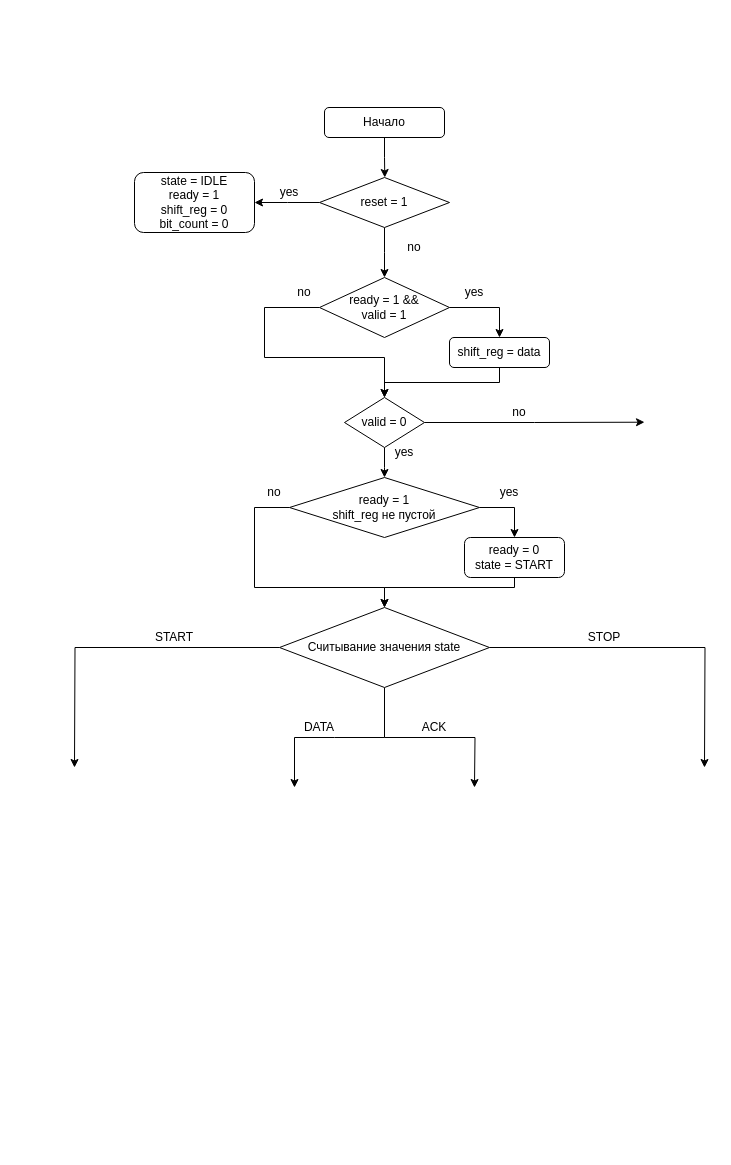
Earlier version of the draw.io diagram Диаграмма без названия.drawio (IghorTatar/preparing-of-USE). Source tidied: cells renumbered, new cells numbered last; positions are measured from the earlier drawing's top-left corner, leaving out a move shared by most shapes. Both pictures are drawn from the tidied source at 100%, with x=0, y=0 at pixel (74, 107).
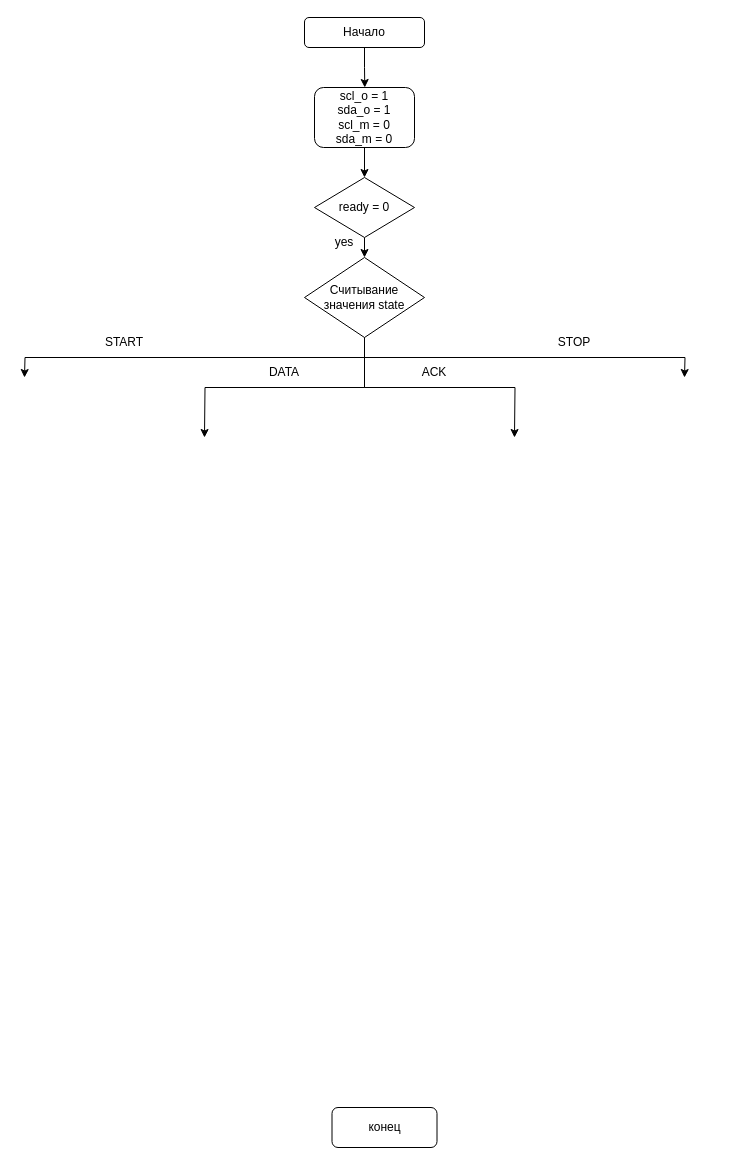
Above is the later version.

Diff of the diagram source:
```diff
@@
     <mxCell id="2" style="edgeStyle=orthogonalEdgeStyle;rounded=0;jettySize=auto;html=1;exitX=0.5;exitY=1;exitDx=0;exitDy=0;" parent="1" edge="1" source="3">
       <mxGeometry relative="1" as="geometry">
-        <mxPoint x="310.3" y="70" as="targetPoint" />
+        <mxPoint x="290.3" y="-20" as="targetPoint" />
       </mxGeometry>
     </mxCell>
     <mxCell id="3" value="Начало" style="rounded=1;whiteSpace=wrap;html=1;" parent="1" vertex="1">
-      <mxGeometry x="250" width="120" height="30" as="geometry" />
+      <mxGeometry x="230" y="-90" width="120" height="30" as="geometry" />
     </mxCell>
-    <mxCell id="4" style="edgeStyle=orthogonalEdgeStyle;rounded=0;jettySize=auto;html=1;" parent="1" edge="1" source="6">
-      <mxGeometry relative="1" as="geometry">
-        <mxPoint x="180" y="95" as="targetPoint" />
-      </mxGeometry>
-    </mxCell>
-    <mxCell id="5" style="edgeStyle=orthogonalEdgeStyle;rounded=0;jettySize=auto;html=1;" parent="1" edge="1" source="6">
-      <mxGeometry relative="1" as="geometry">
-        <mxPoint x="310" y="170" as="targetPoint" />
-      </mxGeometry>
-    </mxCell>
-    <mxCell id="6" value="reset = 1" style="rhombus;whiteSpace=wrap;html=1;" parent="1" vertex="1">
-      <mxGeometry x="245" y="70" width="130" height="50" as="geometry" />
-    </mxCell>
-    <mxCell id="7" value="&lt;div&gt;state = IDLE&lt;/div&gt;&lt;div&gt;ready = 1&lt;/div&gt;&lt;div&gt;shift_reg = 0&lt;/div&gt;&lt;div&gt;bit_count = 0&lt;/div&gt;" style="rounded=1;whiteSpace=wrap;html=1;" parent="1" vertex="1">
-      <mxGeometry x="60" y="65" width="120" height="60" as="geometry" />
-    </mxCell>
-    <mxCell id="8" value="yes" style="text;html=1;align=center;verticalAlign=middle;whiteSpace=wrap;rounded=0;" parent="1" vertex="1">
-      <mxGeometry x="185" y="70" width="60" height="30" as="geometry" />
-    </mxCell>
-    <mxCell id="9" value="no" style="text;html=1;align=center;verticalAlign=middle;whiteSpace=wrap;rounded=0;" parent="1" vertex="1">
-      <mxGeometry x="310" y="125" width="60" height="30" as="geometry" />
-    </mxCell>
-    <mxCell id="10" style="edgeStyle=orthogonalEdgeStyle;rounded=0;jettySize=auto;html=1;entryX=0.5;entryY=0;entryDx=0;entryDy=0;exitX=0;exitY=0.5;exitDx=0;exitDy=0;" parent="1" edge="1" source="12" target="17">
-      <mxGeometry relative="1" as="geometry">
-        <Array as="points">
-          <mxPoint x="190" y="200" />
-          <mxPoint x="190" y="250" />
-          <mxPoint x="310" y="250" />
-        </Array>
-      </mxGeometry>
-    </mxCell>
-    <mxCell id="11" style="edgeStyle=orthogonalEdgeStyle;rounded=0;jettySize=auto;html=1;exitX=1;exitY=0.5;exitDx=0;exitDy=0;entryX=0.5;entryY=0;entryDx=0;entryDy=0;" parent="1" edge="1" source="12" target="14">
-      <mxGeometry relative="1" as="geometry">
-        <Array as="points">
-          <mxPoint x="425" y="200" />
-        </Array>
-      </mxGeometry>
-    </mxCell>
-    <mxCell id="12" value="ready = 1 &amp;amp;&amp;amp;&lt;div&gt;valid = 1&lt;/div&gt;" style="rhombus;whiteSpace=wrap;html=1;" parent="1" vertex="1">
-      <mxGeometry x="245" y="170" width="130" height="60" as="geometry" />
-    </mxCell>
-    <mxCell id="13" style="edgeStyle=orthogonalEdgeStyle;rounded=0;jettySize=auto;html=1;entryX=0.5;entryY=0;entryDx=0;entryDy=0;exitX=0.5;exitY=1;exitDx=0;exitDy=0;" parent="1" edge="1" source="14" target="17">
-      <mxGeometry relative="1" as="geometry">
-        <Array as="points">
-          <mxPoint x="425" y="275" />
-          <mxPoint x="310" y="275" />
-        </Array>
-      </mxGeometry>
-    </mxCell>
-    <mxCell id="14" value="shift_reg = data" style="rounded=1;whiteSpace=wrap;html=1;" parent="1" vertex="1">
-      <mxGeometry x="375" y="230" width="100" height="30" as="geometry" />
-    </mxCell>
-    <mxCell id="15" style="edgeStyle=orthogonalEdgeStyle;rounded=0;jettySize=auto;html=1;" parent="1" edge="1" source="17">
-      <mxGeometry relative="1" as="geometry">
-        <mxPoint x="310" y="370" as="targetPoint" />
-      </mxGeometry>
-    </mxCell>
-    <mxCell id="16" style="edgeStyle=orthogonalEdgeStyle;rounded=0;jettySize=auto;html=1;exitX=1;exitY=0.5;exitDx=0;exitDy=0;" parent="1" edge="1" source="17">
-      <mxGeometry relative="1" as="geometry">
-        <mxPoint x="570" y="314.7" as="targetPoint" />
-      </mxGeometry>
-    </mxCell>
-    <mxCell id="17" value="valid = 0" style="rhombus;whiteSpace=wrap;html=1;" parent="1" vertex="1">
-      <mxGeometry x="270" y="290" width="80" height="50" as="geometry" />
-    </mxCell>
-    <mxCell id="18" value="yes" style="text;html=1;align=center;verticalAlign=middle;whiteSpace=wrap;rounded=0;" parent="1" vertex="1">
-      <mxGeometry x="370" y="170" width="60" height="30" as="geometry" />
-    </mxCell>
-    <mxCell id="19" value="no" style="text;html=1;align=center;verticalAlign=middle;whiteSpace=wrap;rounded=0;" parent="1" vertex="1">
-      <mxGeometry x="200" y="170" width="60" height="30" as="geometry" />
-    </mxCell>
-    <mxCell id="20" style="edgeStyle=orthogonalEdgeStyle;rounded=0;jettySize=auto;html=1;exitX=1;exitY=0.5;exitDx=0;exitDy=0;entryX=0.5;entryY=0;entryDx=0;entryDy=0;" parent="1" edge="1" source="22" target="26">
-      <mxGeometry relative="1" as="geometry" />
-    </mxCell>
-    <mxCell id="21" style="edgeStyle=orthogonalEdgeStyle;rounded=0;jettySize=auto;html=1;exitX=0;exitY=0.5;exitDx=0;exitDy=0;entryX=0.5;entryY=0;entryDx=0;entryDy=0;" parent="1" edge="1" source="22" target="30">
-      <mxGeometry relative="1" as="geometry">
-        <Array as="points">
-          <mxPoint x="180" y="400" />
-          <mxPoint x="180" y="480" />
-          <mxPoint x="310" y="480" />
-        </Array>
-      </mxGeometry>
-    </mxCell>
-    <mxCell id="22" value="ready = 1&lt;div&gt;shift_reg не пустой&lt;/div&gt;" style="rhombus;whiteSpace=wrap;html=1;" parent="1" vertex="1">
-      <mxGeometry x="215" y="370" width="190" height="60" as="geometry" />
-    </mxCell>
-    <mxCell id="23" value="yes" style="text;html=1;align=center;verticalAlign=middle;whiteSpace=wrap;rounded=0;" parent="1" vertex="1">
-      <mxGeometry x="300" y="330" width="60" height="30" as="geometry" />
-    </mxCell>
-    <mxCell id="24" value="no" style="text;html=1;align=center;verticalAlign=middle;whiteSpace=wrap;rounded=0;" parent="1" vertex="1">
-      <mxGeometry x="415" y="290" width="60" height="30" as="geometry" />
-    </mxCell>
-    <mxCell id="25" style="edgeStyle=orthogonalEdgeStyle;rounded=0;jettySize=auto;html=1;exitX=0.5;exitY=1;exitDx=0;exitDy=0;entryX=0.5;entryY=0;entryDx=0;entryDy=0;" parent="1" edge="1" source="26" target="30">
-      <mxGeometry relative="1" as="geometry">
-        <Array as="points">
-          <mxPoint x="440" y="480" />
-          <mxPoint x="310" y="480" />
-        </Array>
-      </mxGeometry>
-    </mxCell>
-    <mxCell id="26" value="ready = 0&lt;div&gt;state = START&lt;/div&gt;" style="rounded=1;whiteSpace=wrap;html=1;" parent="1" vertex="1">
-      <mxGeometry x="390" y="430" width="100" height="40" as="geometry" />
-    </mxCell>
-    <mxCell id="27" style="edgeStyle=orthogonalEdgeStyle;rounded=0;jettySize=auto;html=1;exitX=0;exitY=0.5;exitDx=0;exitDy=0;" parent="1" edge="1" source="30">
-      <mxGeometry relative="1" as="geometry">
-        <mxPoint y="660" as="targetPoint" />
-      </mxGeometry>
-    </mxCell>
-    <mxCell id="28" style="edgeStyle=orthogonalEdgeStyle;rounded=0;jettySize=auto;html=1;exitX=1;exitY=0.5;exitDx=0;exitDy=0;" parent="1" edge="1" source="30">
-      <mxGeometry relative="1" as="geometry">
-        <mxPoint x="630" y="660" as="targetPoint" />
-      </mxGeometry>
-    </mxCell>
-    <mxCell id="29" style="edgeStyle=orthogonalEdgeStyle;rounded=0;jettySize=auto;html=1;exitX=0.5;exitY=1;exitDx=0;exitDy=0;" parent="1" edge="1" source="30">
-      <mxGeometry relative="1" as="geometry">
-        <mxPoint x="400" y="680" as="targetPoint" />
-      </mxGeometry>
-    </mxCell>
+    <mxCell id="38" value="конец" style="rounded=1;whiteSpace=wrap;html=1;" parent="1" vertex="1">
+      <mxGeometry x="257.5" y="1000" width="105" height="40" as="geometry" />
+    </mxCell>
+    <mxCell id="39" style="edgeStyle=orthogonalEdgeStyle;rounded=0;jettySize=auto;html=1;exitX=0.5;exitY=1;exitDx=0;exitDy=0;entryX=0.5;entryY=0;entryDx=0;entryDy=0;" parent="1" edge="1" source="40" target="42">
+      <mxGeometry relative="1" as="geometry" />
+    </mxCell>
+    <mxCell id="40" value="scl_o = 1&lt;div&gt;sda_o = 1&lt;/div&gt;&lt;div&gt;scl_m = 0&lt;/div&gt;&lt;div&gt;sda_m = 0&lt;/div&gt;" style="rounded=1;whiteSpace=wrap;html=1;" parent="1" vertex="1">
+      <mxGeometry x="240" y="-20" width="100" height="60" as="geometry" />
+    </mxCell>
+    <mxCell id="41" style="edgeStyle=orthogonalEdgeStyle;rounded=0;jettySize=auto;html=1;exitX=0.5;exitY=1;exitDx=0;exitDy=0;entryX=0.5;entryY=0;entryDx=0;entryDy=0;" parent="1" edge="1" source="42" target="30">
+      <mxGeometry relative="1" as="geometry" />
+    </mxCell>
+    <mxCell id="42" value="ready = 0" style="rhombus;whiteSpace=wrap;html=1;" parent="1" vertex="1">
+      <mxGeometry x="240" y="70" width="100" height="60" as="geometry" />
+    </mxCell>
+    <mxCell id="43" style="edgeStyle=orthogonalEdgeStyle;rounded=0;jettySize=auto;html=1;exitX=0.5;exitY=1;exitDx=0;exitDy=0;" parent="1" edge="1" source="30">
+      <mxGeometry relative="1" as="geometry">
+        <mxPoint x="-50" y="270" as="targetPoint" />
+      </mxGeometry>
+    </mxCell>
+    <mxCell id="44" style="edgeStyle=orthogonalEdgeStyle;rounded=0;jettySize=auto;html=1;exitX=0.5;exitY=1;exitDx=0;exitDy=0;" parent="1" edge="1" source="30">
+      <mxGeometry relative="1" as="geometry">
+        <mxPoint x="130" y="330" as="targetPoint" />
+      </mxGeometry>
+    </mxCell>
+    <mxCell id="45" style="edgeStyle=orthogonalEdgeStyle;rounded=0;jettySize=auto;html=1;exitX=0.5;exitY=1;exitDx=0;exitDy=0;" parent="1" edge="1" source="30">
+      <mxGeometry relative="1" as="geometry">
+        <mxPoint x="440" y="330" as="targetPoint" />
+      </mxGeometry>
+    </mxCell>
+    <mxCell id="46" style="edgeStyle=orthogonalEdgeStyle;rounded=0;jettySize=auto;html=1;exitX=0.5;exitY=1;exitDx=0;exitDy=0;" parent="1" edge="1" source="30">
+      <mxGeometry relative="1" as="geometry">
+        <mxPoint x="610" y="270" as="targetPoint" />
+      </mxGeometry>
+    </mxCell>
     <mxCell id="30" value="Считывание значения state" style="rhombus;whiteSpace=wrap;html=1;" parent="1" vertex="1">
-      <mxGeometry x="205" y="500" width="210" height="80" as="geometry" />
+      <mxGeometry x="230" y="150" width="120" height="80" as="geometry" />
     </mxCell>
-    <mxCell id="31" value="yes" style="text;html=1;align=center;verticalAlign=middle;whiteSpace=wrap;rounded=0;" parent="1" vertex="1">
-      <mxGeometry x="405" y="370" width="60" height="30" as="geometry" />
-    </mxCell>
-    <mxCell id="32" value="no" style="text;html=1;align=center;verticalAlign=middle;whiteSpace=wrap;rounded=0;" parent="1" vertex="1">
-      <mxGeometry x="170" y="370" width="60" height="30" as="geometry" />
-    </mxCell>
-    <mxCell id="33" style="endArrow=classic;html=1;rounded=0;" parent="1" edge="1">
-      <mxGeometry relative="1" as="geometry">
-        <mxPoint x="310" y="630" as="sourcePoint" />
-        <mxPoint x="220" y="680" as="targetPoint" />
-        <Array as="points">
-          <mxPoint x="260" y="630" />
-          <mxPoint x="220" y="630" />
-        </Array>
-      </mxGeometry>
-    </mxCell>
+    <mxCell id="47" value="yes" style="text;html=1;align=center;verticalAlign=middle;whiteSpace=wrap;rounded=0;" parent="1" vertex="1">
+      <mxGeometry x="240" y="120" width="60" height="30" as="geometry" />
+    </mxCell>
     <mxCell id="34" value="START" style="text;html=1;align=center;verticalAlign=middle;whiteSpace=wrap;rounded=0;" parent="1" vertex="1">
-      <mxGeometry x="70" y="520" width="60" height="20" as="geometry" />
+      <mxGeometry x="20" y="220" width="60" height="30" as="geometry" />
     </mxCell>
     <mxCell id="35" value="DATA" style="text;html=1;align=center;verticalAlign=middle;whiteSpace=wrap;rounded=0;" parent="1" vertex="1">
-      <mxGeometry x="215" y="610" width="60" height="20" as="geometry" />
+      <mxGeometry x="180" y="250" width="60" height="30" as="geometry" />
     </mxCell>
     <mxCell id="36" value="ACK" style="text;html=1;align=center;verticalAlign=middle;whiteSpace=wrap;rounded=0;" parent="1" vertex="1">
-      <mxGeometry x="330" y="610" width="60" height="20" as="geometry" />
+      <mxGeometry x="330" y="250" width="60" height="30" as="geometry" />
     </mxCell>
     <mxCell id="37" value="STOP" style="text;html=1;align=center;verticalAlign=middle;whiteSpace=wrap;rounded=0;" parent="1" vertex="1">
-      <mxGeometry x="500" y="520" width="60" height="20" as="geometry" />
+      <mxGeometry x="470" y="220" width="60" height="30" as="geometry" />
     </mxCell>
```
